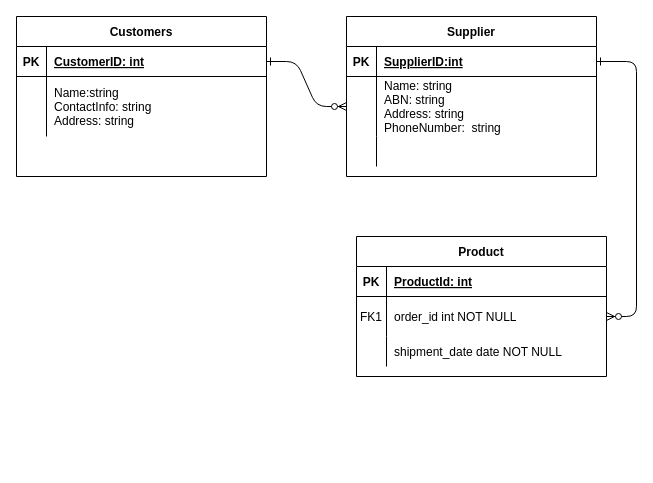
Anilparajuli4/Filmyverse keeps this draw.io diagram as Untitled Diagram.drawio. Above is the earlier version. Source tidied: cells renumbered, new cells numbered last; positions are measured from the earlier drawing's top-left corner, leaving out a move shared by most shapes. Both pictures are drawn from the tidied source at 100%, with x=0, y=0 at pixel (16, 16).
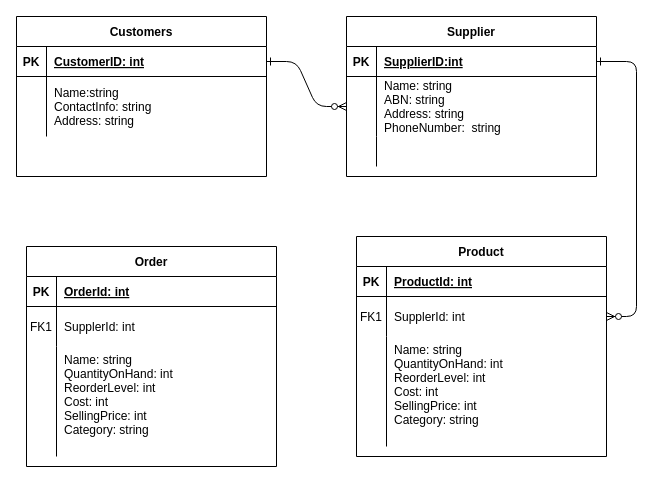
After the change.

The change refers to these unchanged cells:
```xml
<mxCell id="18" style="shape=partialRectangle;fillColor=none;points=[[0,0.5],[1,0.5]];portConstraint=eastwest;top=0;left=0;right=0;bottom=0;" parent="14" vertex="1">
  <mxGeometry y="60" width="250" height="40" as="geometry" />
</mxCell>
```

Diff of the diagram source:
```diff
@@
     <mxCell id="14" value="Product" style="shape=table;startSize=30;childLayout=tableLayout;rowLines=0;fontStyle=1;align=center;" parent="1" vertex="1">
-      <mxGeometry x="340" y="220" width="250" height="140" as="geometry" />
+      <mxGeometry x="340" y="220" width="250" height="220" as="geometry" />
     </mxCell>
@@
-    <mxCell id="20" value="order_id int NOT NULL" style="shape=partialRectangle;overflow=hidden;fillColor=none;top=0;left=0;bottom=0;right=0;align=left;spacingLeft=6;" parent="18" vertex="1">
+    <mxCell id="20" value="SupplerId: int" style="shape=partialRectangle;overflow=hidden;fillColor=none;top=0;left=0;bottom=0;right=0;align=left;spacingLeft=6;" parent="18" vertex="1">
       <mxGeometry x="30" width="220" height="40" as="geometry" />
     </mxCell>
     <mxCell id="21" style="shape=partialRectangle;fillColor=none;top=0;left=0;right=0;bottom=0;" parent="14" vertex="1">
-      <mxGeometry y="100" width="250" height="30" as="geometry" />
+      <mxGeometry y="100" width="250" height="110" as="geometry" />
     </mxCell>
     <mxCell id="22" style="shape=partialRectangle;overflow=hidden;fillColor=none;top=0;left=0;bottom=0;right=0;" parent="21" vertex="1">
-      <mxGeometry width="30" height="30" as="geometry" />
+      <mxGeometry width="30" height="110" as="geometry" />
     </mxCell>
-    <mxCell id="23" value="shipment_date date NOT NULL" style="shape=partialRectangle;overflow=hidden;fillColor=none;top=0;left=0;bottom=0;right=0;align=left;spacingLeft=6;" parent="21" vertex="1">
-      <mxGeometry x="30" width="220" height="30" as="geometry" />
+    <mxCell id="23" value="Name: string&#10;QuantityOnHand: int&#10;ReorderLevel: int&#10;Cost: int&#10;SellingPrice: int&#10;Category: string&#10;" style="shape=partialRectangle;overflow=hidden;fillColor=none;top=0;left=0;bottom=0;right=0;align=left;spacingLeft=6;" parent="21" vertex="1">
+      <mxGeometry x="30" width="220" height="110" as="geometry" />
     </mxCell>
@@
+    <mxCell id="31" value="Order" style="shape=table;startSize=30;childLayout=tableLayout;rowLines=0;fontStyle=1;align=center;" parent="1" vertex="1">
+      <mxGeometry x="10" y="230" width="250" height="220" as="geometry" />
+    </mxCell>
+    <mxCell id="32" style="shape=partialRectangle;fillColor=none;top=0;left=0;right=0;bottom=1;" parent="31" vertex="1">
+      <mxGeometry y="30" width="250" height="30" as="geometry" />
+    </mxCell>
+    <mxCell id="33" value="PK" style="shape=partialRectangle;overflow=hidden;fillColor=none;top=0;left=0;bottom=0;right=0;fontStyle=1;" parent="32" vertex="1">
+      <mxGeometry width="30" height="30" as="geometry" />
+    </mxCell>
+    <mxCell id="34" value="OrderId: int" style="shape=partialRectangle;overflow=hidden;fillColor=none;top=0;left=0;bottom=0;right=0;align=left;spacingLeft=6;fontStyle=5;" parent="32" vertex="1">
+      <mxGeometry x="30" width="220" height="30" as="geometry" />
+    </mxCell>
+    <mxCell id="35" style="shape=partialRectangle;fillColor=none;top=0;left=0;right=0;bottom=0;" parent="31" vertex="1">
+      <mxGeometry y="60" width="250" height="40" as="geometry" />
+    </mxCell>
+    <mxCell id="36" value="FK1" style="shape=partialRectangle;overflow=hidden;fillColor=none;top=0;left=0;bottom=0;right=0;" parent="35" vertex="1">
+      <mxGeometry width="30" height="40" as="geometry" />
+    </mxCell>
+    <mxCell id="37" value="SupplerId: int" style="shape=partialRectangle;overflow=hidden;fillColor=none;top=0;left=0;bottom=0;right=0;align=left;spacingLeft=6;" parent="35" vertex="1">
+      <mxGeometry x="30" width="220" height="40" as="geometry" />
+    </mxCell>
+    <mxCell id="38" style="shape=partialRectangle;fillColor=none;top=0;left=0;right=0;bottom=0;" parent="31" vertex="1">
+      <mxGeometry y="100" width="250" height="110" as="geometry" />
+    </mxCell>
+    <mxCell id="39" style="shape=partialRectangle;overflow=hidden;fillColor=none;top=0;left=0;bottom=0;right=0;" parent="38" vertex="1">
+      <mxGeometry width="30" height="110" as="geometry" />
+    </mxCell>
+    <mxCell id="40" value="Name: string&#10;QuantityOnHand: int&#10;ReorderLevel: int&#10;Cost: int&#10;SellingPrice: int&#10;Category: string&#10;" style="shape=partialRectangle;overflow=hidden;fillColor=none;top=0;left=0;bottom=0;right=0;align=left;spacingLeft=6;" parent="38" vertex="1">
+      <mxGeometry x="30" width="220" height="110" as="geometry" />
+    </mxCell>
```
